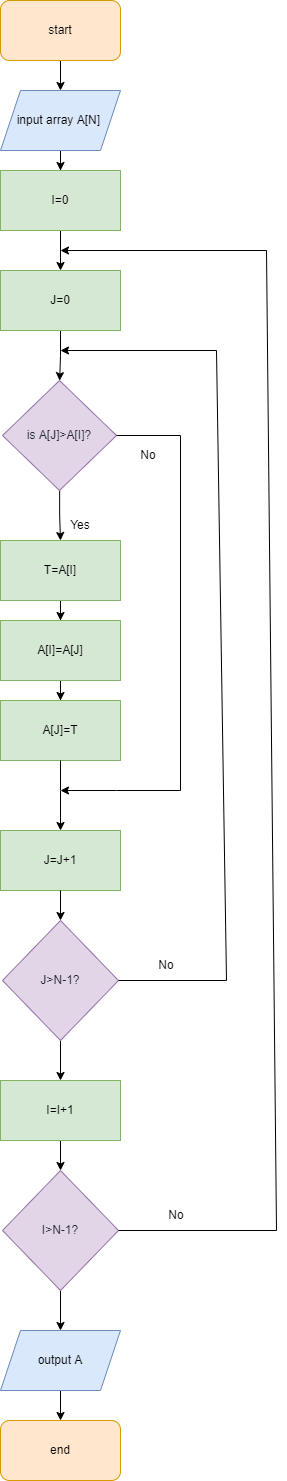
Before: Bubble Sort.drawio.png, a diagram exported from draw.io (Saishaity/Sort). Source tidied: cells renumbered, new cells last; positions are measured from the earlier drawing's top-left corner, leaving out a move shared by most shapes. Its diagram source:
```xml
<mxGraphModel>
  <root>
    <mxCell id="0" />
    <mxCell id="1" parent="0" />
    <mxCell id="2" style="edgeStyle=orthogonalEdgeStyle;rounded=0;jettySize=auto;html=1;" parent="1" edge="1" source="3" target="5">
      <mxGeometry relative="1" as="geometry" />
    </mxCell>
    <mxCell id="3" value="start" style="rounded=1;whiteSpace=wrap;html=1;fillColor=#ffe6cc;strokeColor=#d79b00;" parent="1" vertex="1">
      <mxGeometry width="120" height="60" as="geometry" />
    </mxCell>
    <mxCell id="4" style="edgeStyle=orthogonalEdgeStyle;rounded=0;jettySize=auto;html=1;" parent="1" edge="1" source="5" target="7">
      <mxGeometry relative="1" as="geometry" />
    </mxCell>
    <mxCell id="5" value="input array A[N]&amp;nbsp;" style="shape=parallelogram;perimeter=parallelogramPerimeter;whiteSpace=wrap;html=1;fixedSize=1;fillColor=#dae8fc;strokeColor=#6c8ebf;" parent="1" vertex="1">
      <mxGeometry y="90" width="120" height="60" as="geometry" />
    </mxCell>
    <mxCell id="6" style="edgeStyle=orthogonalEdgeStyle;rounded=0;jettySize=auto;html=1;" parent="1" edge="1" source="7" target="9">
      <mxGeometry relative="1" as="geometry" />
    </mxCell>
    <mxCell id="7" value="I=0" style="whiteSpace=wrap;html=1;fillColor=#d5e8d4;strokeColor=#82b366;" parent="1" vertex="1">
      <mxGeometry y="170" width="120" height="60" as="geometry" />
    </mxCell>
    <mxCell id="8" style="edgeStyle=orthogonalEdgeStyle;rounded=0;jettySize=auto;html=1;" parent="1" edge="1" source="9" target="11">
      <mxGeometry relative="1" as="geometry" />
    </mxCell>
    <mxCell id="9" value="J=0" style="whiteSpace=wrap;html=1;fillColor=#d5e8d4;strokeColor=#82b366;" parent="1" vertex="1">
      <mxGeometry y="270" width="120" height="60" as="geometry" />
    </mxCell>
    <mxCell id="10" style="edgeStyle=orthogonalEdgeStyle;rounded=0;jettySize=auto;html=1;" parent="1" edge="1" source="11" target="13">
      <mxGeometry relative="1" as="geometry" />
    </mxCell>
    <mxCell id="11" value="&lt;span style=&quot;color: rgb(36 , 41 , 47)&quot;&gt;is A[J]&amp;gt;A[I]?&lt;/span&gt;" style="rhombus;whiteSpace=wrap;html=1;fillColor=#e1d5e7;strokeColor=#9673a6;" parent="1" vertex="1">
      <mxGeometry x="2" y="380" width="114" height="110" as="geometry" />
    </mxCell>
    <mxCell id="12" style="edgeStyle=orthogonalEdgeStyle;rounded=0;jettySize=auto;html=1;" parent="1" edge="1" source="13" target="15">
      <mxGeometry relative="1" as="geometry" />
    </mxCell>
    <mxCell id="13" value="T=A[I]" style="whiteSpace=wrap;html=1;fillColor=#d5e8d4;strokeColor=#82b366;" parent="1" vertex="1">
      <mxGeometry y="540" width="120" height="60" as="geometry" />
    </mxCell>
    <mxCell id="14" style="edgeStyle=orthogonalEdgeStyle;rounded=0;jettySize=auto;html=1;" parent="1" edge="1" source="15" target="16">
      <mxGeometry relative="1" as="geometry" />
    </mxCell>
    <mxCell id="15" value="A[I]=A[J]" style="whiteSpace=wrap;html=1;fillColor=#d5e8d4;strokeColor=#82b366;" parent="1" vertex="1">
      <mxGeometry y="620" width="120" height="60" as="geometry" />
    </mxCell>
    <mxCell id="16" value="A[J]=T" style="whiteSpace=wrap;html=1;fillColor=#d5e8d4;strokeColor=#82b366;" parent="1" vertex="1">
      <mxGeometry y="700" width="120" height="60" as="geometry" />
    </mxCell>
    <mxCell id="17" style="endArrow=classic;html=1;rounded=0;exitX=0.5;exitY=1;exitDx=0;exitDy=0;entryX=0.5;entryY=0;entryDx=0;entryDy=0;" parent="1" edge="1" source="16" target="21">
      <mxGeometry relative="1" as="geometry">
        <Array as="points">
          <mxPoint x="60" y="790" />
        </Array>
      </mxGeometry>
    </mxCell>
    <mxCell id="18" style="endArrow=classic;html=1;rounded=0;exitX=1;exitY=0.5;exitDx=0;exitDy=0;" parent="1" edge="1" source="11">
      <mxGeometry relative="1" as="geometry">
        <mxPoint x="60" y="790" as="targetPoint" />
        <Array as="points">
          <mxPoint x="180" y="435" />
          <mxPoint x="180" y="790" />
          <mxPoint x="116" y="790" />
        </Array>
      </mxGeometry>
    </mxCell>
    <mxCell id="19" value="Yes" style="text;html=1;strokeColor=none;fillColor=none;align=center;verticalAlign=middle;whiteSpace=wrap;rounded=0;labelBackgroundColor=none;" parent="1" vertex="1">
      <mxGeometry x="50" y="510" width="60" height="30" as="geometry" />
    </mxCell>
    <mxCell id="20" value="No" style="text;html=1;strokeColor=none;fillColor=none;align=center;verticalAlign=middle;whiteSpace=wrap;rounded=0;labelBackgroundColor=none;" parent="1" vertex="1">
      <mxGeometry x="118" y="440" width="60" height="30" as="geometry" />
    </mxCell>
    <mxCell id="21" value="J=J+1" style="rounded=0;whiteSpace=wrap;html=1;labelBackgroundColor=none;fillColor=#d5e8d4;strokeColor=#82b366;" parent="1" vertex="1">
      <mxGeometry y="830" width="120" height="60" as="geometry" />
    </mxCell>
    <mxCell id="22" style="edgeStyle=orthogonalEdgeStyle;rounded=0;jettySize=auto;html=1;" parent="1" edge="1" source="23" target="28">
      <mxGeometry relative="1" as="geometry" />
    </mxCell>
    <mxCell id="23" value="&lt;span style=&quot;color: rgb(36 , 41 , 47)&quot;&gt;J&amp;gt;N-1?&lt;/span&gt;" style="rhombus;whiteSpace=wrap;html=1;fillColor=#e1d5e7;strokeColor=#9673a6;" parent="1" vertex="1">
      <mxGeometry x="2" y="920" width="116" height="120" as="geometry" />
    </mxCell>
    <mxCell id="24" style="endArrow=classic;html=1;rounded=0;exitX=0.5;exitY=1;exitDx=0;exitDy=0;entryX=0.5;entryY=0;entryDx=0;entryDy=0;" parent="1" edge="1" source="21" target="23">
      <mxGeometry relative="1" as="geometry" />
    </mxCell>
    <mxCell id="25" style="endArrow=classic;html=1;rounded=0;exitX=1;exitY=0.5;exitDx=0;exitDy=0;" parent="1" edge="1" source="23">
      <mxGeometry relative="1" as="geometry">
        <mxPoint x="60" y="350" as="targetPoint" />
        <Array as="points">
          <mxPoint x="226" y="980" />
          <mxPoint x="216" y="350" />
        </Array>
      </mxGeometry>
    </mxCell>
    <mxCell id="26" value="No" style="text;html=1;strokeColor=none;fillColor=none;align=center;verticalAlign=middle;whiteSpace=wrap;rounded=0;labelBackgroundColor=none;" parent="1" vertex="1">
      <mxGeometry x="136" y="950" width="60" height="30" as="geometry" />
    </mxCell>
    <mxCell id="27" style="edgeStyle=orthogonalEdgeStyle;rounded=0;jettySize=auto;html=1;" parent="1" edge="1" source="28" target="30">
      <mxGeometry relative="1" as="geometry" />
    </mxCell>
    <mxCell id="28" value="I=I+1" style="whiteSpace=wrap;html=1;fillColor=#d5e8d4;strokeColor=#82b366;" parent="1" vertex="1">
      <mxGeometry y="1080" width="120" height="60" as="geometry" />
    </mxCell>
    <mxCell id="29" style="edgeStyle=orthogonalEdgeStyle;rounded=0;jettySize=auto;html=1;" parent="1" edge="1" source="30" target="34">
      <mxGeometry relative="1" as="geometry" />
    </mxCell>
    <mxCell id="30" value="&lt;span style=&quot;color: rgb(36 , 41 , 47)&quot;&gt;I&amp;gt;N-1?&lt;/span&gt;" style="rhombus;whiteSpace=wrap;html=1;fillColor=#e1d5e7;strokeColor=#9673a6;" parent="1" vertex="1">
      <mxGeometry x="2" y="1170" width="116" height="120" as="geometry" />
    </mxCell>
    <mxCell id="31" style="endArrow=classic;html=1;rounded=0;exitX=1;exitY=0.5;exitDx=0;exitDy=0;" parent="1" edge="1" source="30">
      <mxGeometry relative="1" as="geometry">
        <mxPoint x="60" y="250" as="targetPoint" />
        <Array as="points">
          <mxPoint x="276" y="1230" />
          <mxPoint x="266" y="250" />
        </Array>
      </mxGeometry>
    </mxCell>
    <mxCell id="32" value="No" style="text;html=1;strokeColor=none;fillColor=none;align=center;verticalAlign=middle;whiteSpace=wrap;rounded=0;labelBackgroundColor=none;" parent="1" vertex="1">
      <mxGeometry x="146" y="1200" width="60" height="30" as="geometry" />
    </mxCell>
    <mxCell id="33" style="edgeStyle=orthogonalEdgeStyle;rounded=0;jettySize=auto;html=1;" parent="1" edge="1" source="34" target="35">
      <mxGeometry relative="1" as="geometry" />
    </mxCell>
    <mxCell id="34" value="output A" style="shape=parallelogram;perimeter=parallelogramPerimeter;whiteSpace=wrap;html=1;fixedSize=1;fillColor=#dae8fc;strokeColor=#6c8ebf;" parent="1" vertex="1">
      <mxGeometry y="1330" width="120" height="60" as="geometry" />
    </mxCell>
    <mxCell id="35" value="end" style="rounded=1;whiteSpace=wrap;html=1;fillColor=#ffe6cc;strokeColor=#d79b00;" parent="1" vertex="1">
      <mxGeometry y="1420" width="120" height="60" as="geometry" />
    </mxCell>
  </root>
</mxGraphModel>
```
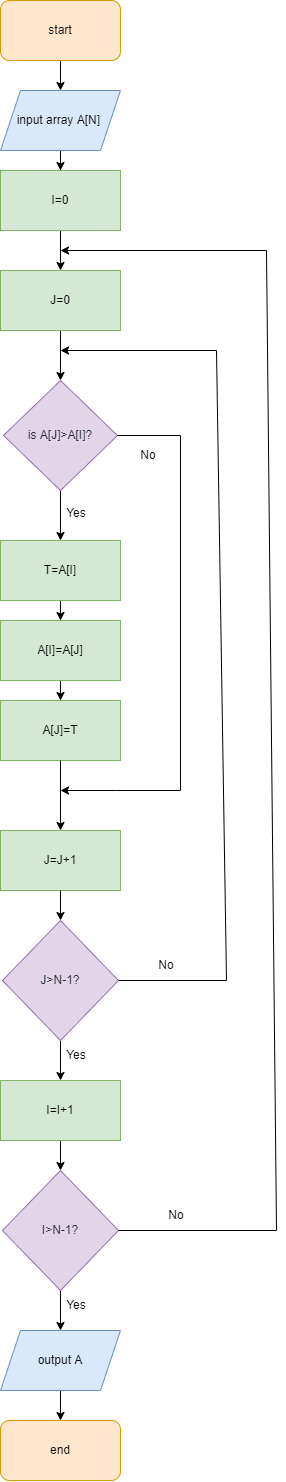
After the change.

Diff of the diagram source:
```diff
@@ -30,7 +30,7 @@
       <mxGeometry relative="1" as="geometry" />
     </mxCell>
     <mxCell id="11" value="&lt;span style=&quot;color: rgb(36 , 41 , 47)&quot;&gt;is A[J]&amp;gt;A[I]?&lt;/span&gt;" style="rhombus;whiteSpace=wrap;html=1;fillColor=#e1d5e7;strokeColor=#9673a6;" parent="1" vertex="1">
-      <mxGeometry x="2" y="380" width="114" height="110" as="geometry" />
+      <mxGeometry x="3" y="380" width="114" height="110" as="geometry" />
     </mxCell>
     <mxCell id="12" style="edgeStyle=orthogonalEdgeStyle;rounded=0;jettySize=auto;html=1;" parent="1" edge="1" source="13" target="15">
       <mxGeometry relative="1" as="geometry" />
@@ -54,19 +54,19 @@
         </Array>
       </mxGeometry>
     </mxCell>
-    <mxCell id="18" style="endArrow=classic;html=1;rounded=0;exitX=1;exitY=0.5;exitDx=0;exitDy=0;" parent="1" edge="1" source="11">
-      <mxGeometry relative="1" as="geometry">
-        <mxPoint x="60" y="790" as="targetPoint" />
-        <Array as="points">
-          <mxPoint x="180" y="435" />
-          <mxPoint x="180" y="790" />
-          <mxPoint x="116" y="790" />
-        </Array>
-      </mxGeometry>
-    </mxCell>
-    <mxCell id="19" value="Yes" style="text;html=1;strokeColor=none;fillColor=none;align=center;verticalAlign=middle;whiteSpace=wrap;rounded=0;labelBackgroundColor=none;" parent="1" vertex="1">
-      <mxGeometry x="50" y="510" width="60" height="30" as="geometry" />
-    </mxCell>
+    <mxCell id="36" style="endArrow=classic;html=1;rounded=0;exitX=1;exitY=0.5;exitDx=0;exitDy=0;" parent="1" edge="1" source="11">
+      <mxGeometry relative="1" as="geometry">
+        <mxPoint x="60" y="790" as="targetPoint" />
+        <Array as="points">
+          <mxPoint x="180" y="435" />
+          <mxPoint x="180" y="790" />
+          <mxPoint x="116" y="790" />
+        </Array>
+      </mxGeometry>
+    </mxCell>
+    <mxCell id="37" value="Yes" style="text;html=1;strokeColor=none;fillColor=none;align=center;verticalAlign=middle;whiteSpace=wrap;rounded=0;labelBackgroundColor=none;" parent="1" vertex="1">
+      <mxGeometry x="46" y="498" width="60" height="30" as="geometry" />
+    </mxCell>
     <mxCell id="20" value="No" style="text;html=1;strokeColor=none;fillColor=none;align=center;verticalAlign=middle;whiteSpace=wrap;rounded=0;labelBackgroundColor=none;" parent="1" vertex="1">
       <mxGeometry x="118" y="440" width="60" height="30" as="geometry" />
     </mxCell>
@@ -82,15 +82,15 @@
     <mxCell id="24" style="endArrow=classic;html=1;rounded=0;exitX=0.5;exitY=1;exitDx=0;exitDy=0;entryX=0.5;entryY=0;entryDx=0;entryDy=0;" parent="1" edge="1" source="21" target="23">
       <mxGeometry relative="1" as="geometry" />
     </mxCell>
-    <mxCell id="25" style="endArrow=classic;html=1;rounded=0;exitX=1;exitY=0.5;exitDx=0;exitDy=0;" parent="1" edge="1" source="23">
-      <mxGeometry relative="1" as="geometry">
-        <mxPoint x="60" y="350" as="targetPoint" />
-        <Array as="points">
-          <mxPoint x="226" y="980" />
-          <mxPoint x="216" y="350" />
-        </Array>
-      </mxGeometry>
-    </mxCell>
+    <mxCell id="38" style="endArrow=classic;html=1;rounded=0;exitX=1;exitY=0.5;exitDx=0;exitDy=0;" parent="1" edge="1" source="23">
+      <mxGeometry relative="1" as="geometry">
+        <mxPoint x="60" y="350" as="targetPoint" />
+        <Array as="points">
+          <mxPoint x="226" y="980" />
+          <mxPoint x="216" y="350" />
+        </Array>
+      </mxGeometry>
+    </mxCell>
     <mxCell id="26" value="No" style="text;html=1;strokeColor=none;fillColor=none;align=center;verticalAlign=middle;whiteSpace=wrap;rounded=0;labelBackgroundColor=none;" parent="1" vertex="1">
       <mxGeometry x="136" y="950" width="60" height="30" as="geometry" />
     </mxCell>
@@ -106,15 +106,15 @@
     <mxCell id="30" value="&lt;span style=&quot;color: rgb(36 , 41 , 47)&quot;&gt;I&amp;gt;N-1?&lt;/span&gt;" style="rhombus;whiteSpace=wrap;html=1;fillColor=#e1d5e7;strokeColor=#9673a6;" parent="1" vertex="1">
       <mxGeometry x="2" y="1170" width="116" height="120" as="geometry" />
     </mxCell>
-    <mxCell id="31" style="endArrow=classic;html=1;rounded=0;exitX=1;exitY=0.5;exitDx=0;exitDy=0;" parent="1" edge="1" source="30">
-      <mxGeometry relative="1" as="geometry">
-        <mxPoint x="60" y="250" as="targetPoint" />
-        <Array as="points">
-          <mxPoint x="276" y="1230" />
-          <mxPoint x="266" y="250" />
-        </Array>
-      </mxGeometry>
-    </mxCell>
+    <mxCell id="39" style="endArrow=classic;html=1;rounded=0;exitX=1;exitY=0.5;exitDx=0;exitDy=0;" parent="1" edge="1" source="30">
+      <mxGeometry relative="1" as="geometry">
+        <mxPoint x="60" y="250" as="targetPoint" />
+        <Array as="points">
+          <mxPoint x="276" y="1230" />
+          <mxPoint x="266" y="250" />
+        </Array>
+      </mxGeometry>
+    </mxCell>
     <mxCell id="32" value="No" style="text;html=1;strokeColor=none;fillColor=none;align=center;verticalAlign=middle;whiteSpace=wrap;rounded=0;labelBackgroundColor=none;" parent="1" vertex="1">
       <mxGeometry x="146" y="1200" width="60" height="30" as="geometry" />
     </mxCell>
@@ -127,5 +127,11 @@
     <mxCell id="35" value="end" style="rounded=1;whiteSpace=wrap;html=1;fillColor=#ffe6cc;strokeColor=#d79b00;" parent="1" vertex="1">
       <mxGeometry y="1420" width="120" height="60" as="geometry" />
     </mxCell>
+    <mxCell id="40" value="Yes" style="text;html=1;strokeColor=none;fillColor=none;align=center;verticalAlign=middle;whiteSpace=wrap;rounded=0;labelBackgroundColor=none;" parent="1" vertex="1">
+      <mxGeometry x="46" y="1040" width="60" height="30" as="geometry" />
+    </mxCell>
+    <mxCell id="41" value="Yes" style="text;html=1;strokeColor=none;fillColor=none;align=center;verticalAlign=middle;whiteSpace=wrap;rounded=0;labelBackgroundColor=none;" parent="1" vertex="1">
+      <mxGeometry x="46" y="1290" width="60" height="30" as="geometry" />
+    </mxCell>
   </root>
 </mxGraphModel>
```
